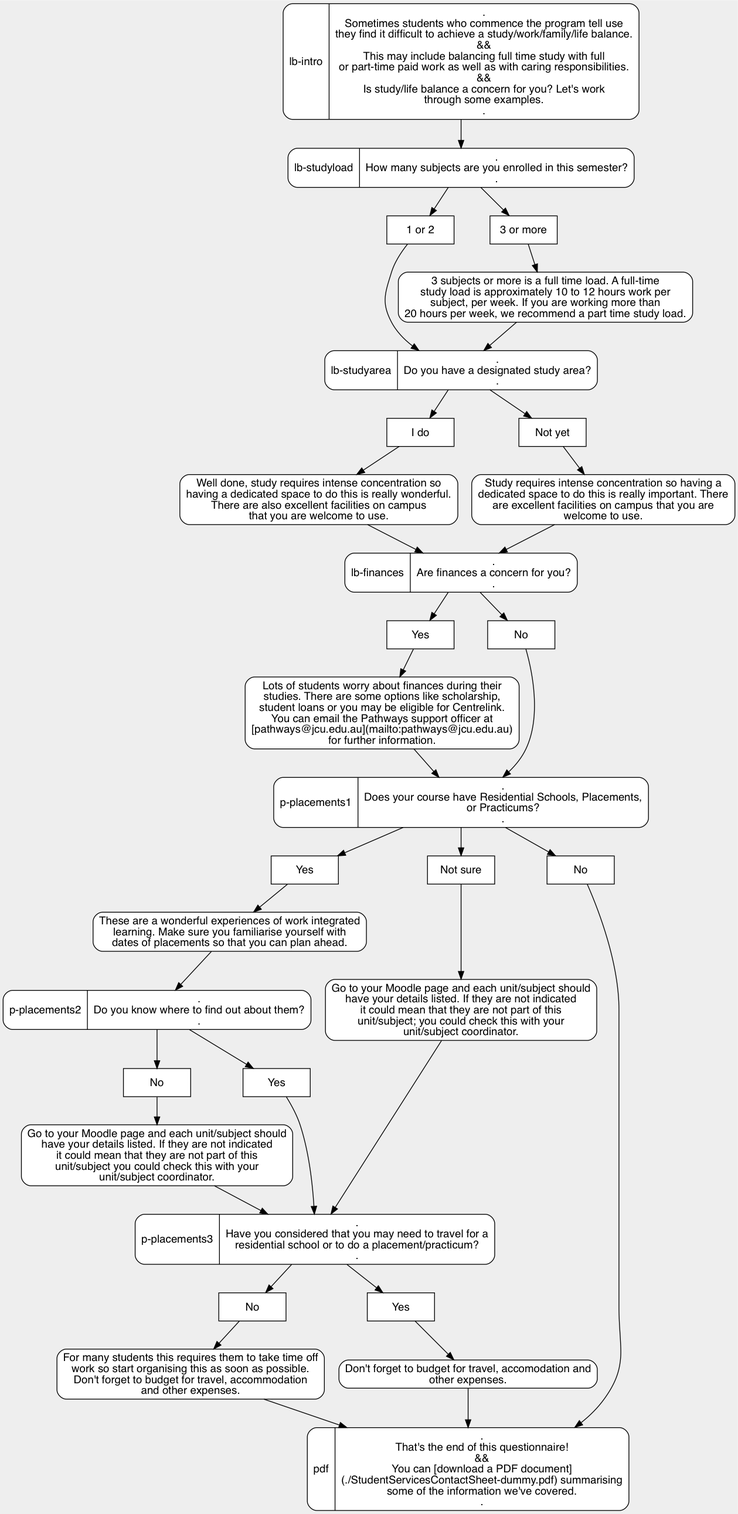
Before: forumdemo/forumdemo.dot.png, a diagram exported from Graphviz (DanielBaird/conversational-form-demo). Its source is kept beside it as forumdemo/forumdemo.dot.
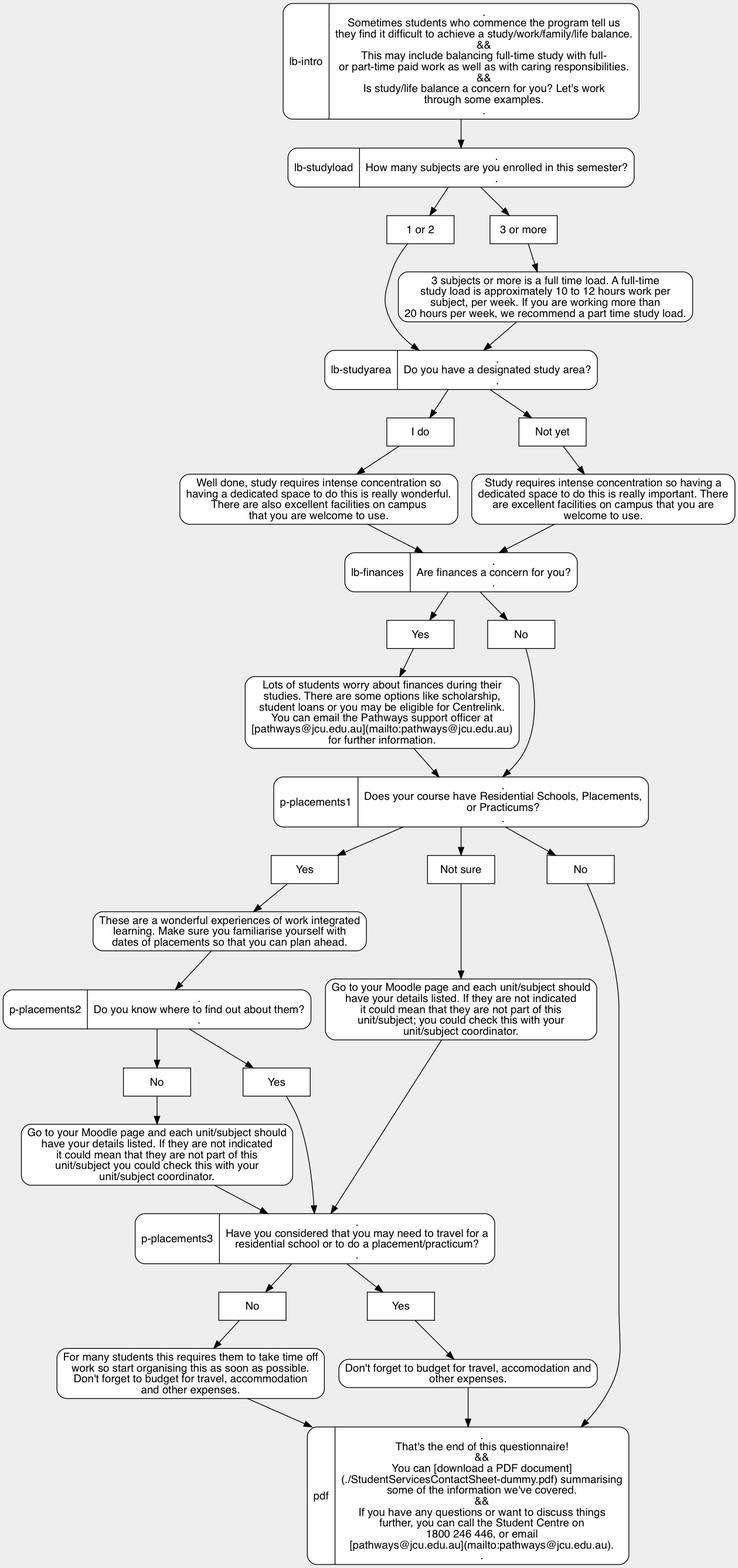
Later version of the same file.

Commit message:
minor corrections; added diagram link to page

Change to the diagram source:
```diff
@@ -7,14 +7,14 @@
 	{ # question nodes
 		node [shape="record",style="filled,rounded"]
 
-		"lb-intro"      [label="{\N}|{.\nSometimes students who commence the program tell use\nthey find it difficult to achieve a study/work/family/life balance.\n&&\nThis may include balancing full time study with full\nor part-time paid work as well as with caring responsibilities.\n&&\nIs study/life balance a concern for you? Let\'s work\nthrough some examples.\n.}"]
+		"lb-intro"      [label="{\N}|{.\nSometimes students who commence the program tell us\nthey find it difficult to achieve a study/work/family/life balance.\n&&\nThis may include balancing full-time study with full-\nor part-time paid work as well as with caring responsibilities.\n&&\nIs study/life balance a concern for you? Let\'s work\nthrough some examples.\n.}"]
 		"lb-studyload"  [label="{\N}|{.\nHow many subjects are you enrolled in this semester?\n.}"]
 		"lb-studyarea"  [label="{\N}|{.\nDo you have a designated study area?\n.}"]
 		"lb-finances"   [label="{\N}|{.\nAre finances a concern for you?\n.}"]
 		"p-placements1" [label="{\N}|{.\nDoes your course have Residential Schools, Placements,\nor Practicums?\n.}"]
 		"p-placements2" [label="{\N}|{.\nDo you know where to find out about them?\n.}"]
 		"p-placements3" [label="{\N}|{.\nHave you considered that you may need to travel for a\nresidential school or to do a placement/practicum?\n.}"]
-		"pdf"           [label="{\N}|{.\nThat's the end of this questionnaire!\n&&\nYou can [download a PDF document]\n(./StudentServicesContactSheet-dummy.pdf) summarising\nsome of the information we've covered.\n.}"]
+		"pdf"           [label="{\N}|{.\nThat's the end of this questionnaire!\n&&\nYou can [download a PDF document]\n(./StudentServicesContactSheet-dummy.pdf) summarising\nsome of the information we've covered.\n&&\nIf you have any questions or want to discuss things\nfurther, you can call the Student Centre on\n1800 246 446, or email\n[pathways@jcu.edu.au](mailto:pathways@jcu.edu.au).\n.}"]
 
 	}
 
@@ -85,17 +85,4 @@
 	"p-placements3-no" -> "p-placements3-no-info"
 
 
-
-
-
-
-
-
-
-
-
-
-
-
-
 }
```
